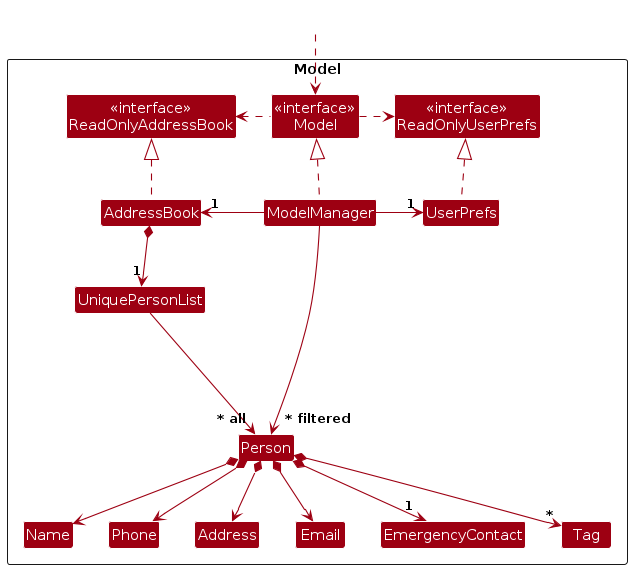
The PlantUML diagram diagrams/ModelClassDiagram.png in AY2627S1-CS2103T-T09-4/tp, before a commit. Its source is kept beside it as diagrams/ModelClassDiagram.puml.
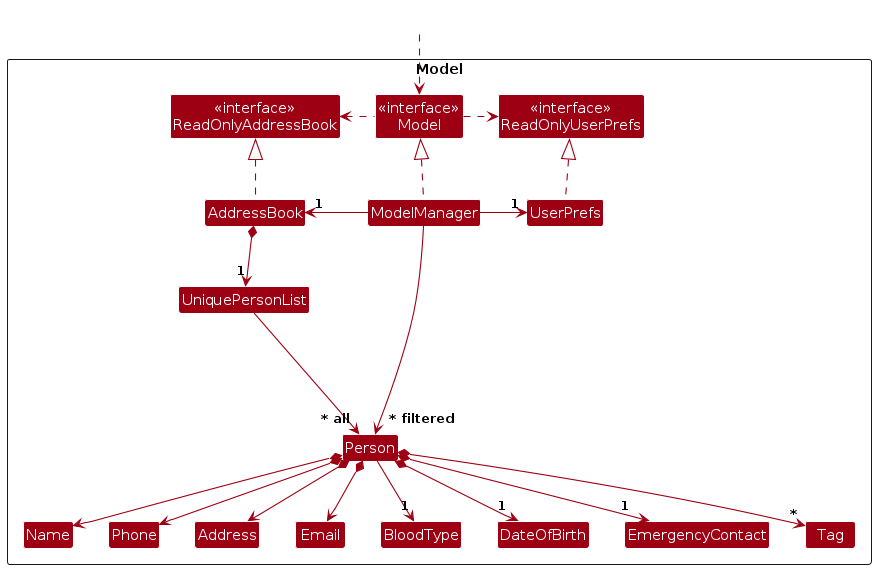
The same diagram one commit later.

What changed in the source:
```diff
@@ -15,6 +15,8 @@
 Class UniquePersonList
 Class Person
 Class Address
+Enum BloodType
+Class DateOfBirth
 Class Email
 Class EmergencyContact
 Class Name
@@ -39,6 +41,8 @@
 AddressBook *--> "1" UniquePersonList
 UniquePersonList --> "~* all" Person
 Person *--> Name
+Person *--> "1" DateOfBirth
+Person --> "1" BloodType
 Person *--> Phone
 Person *--> "1" EmergencyContact
 Person *--> Email
```
